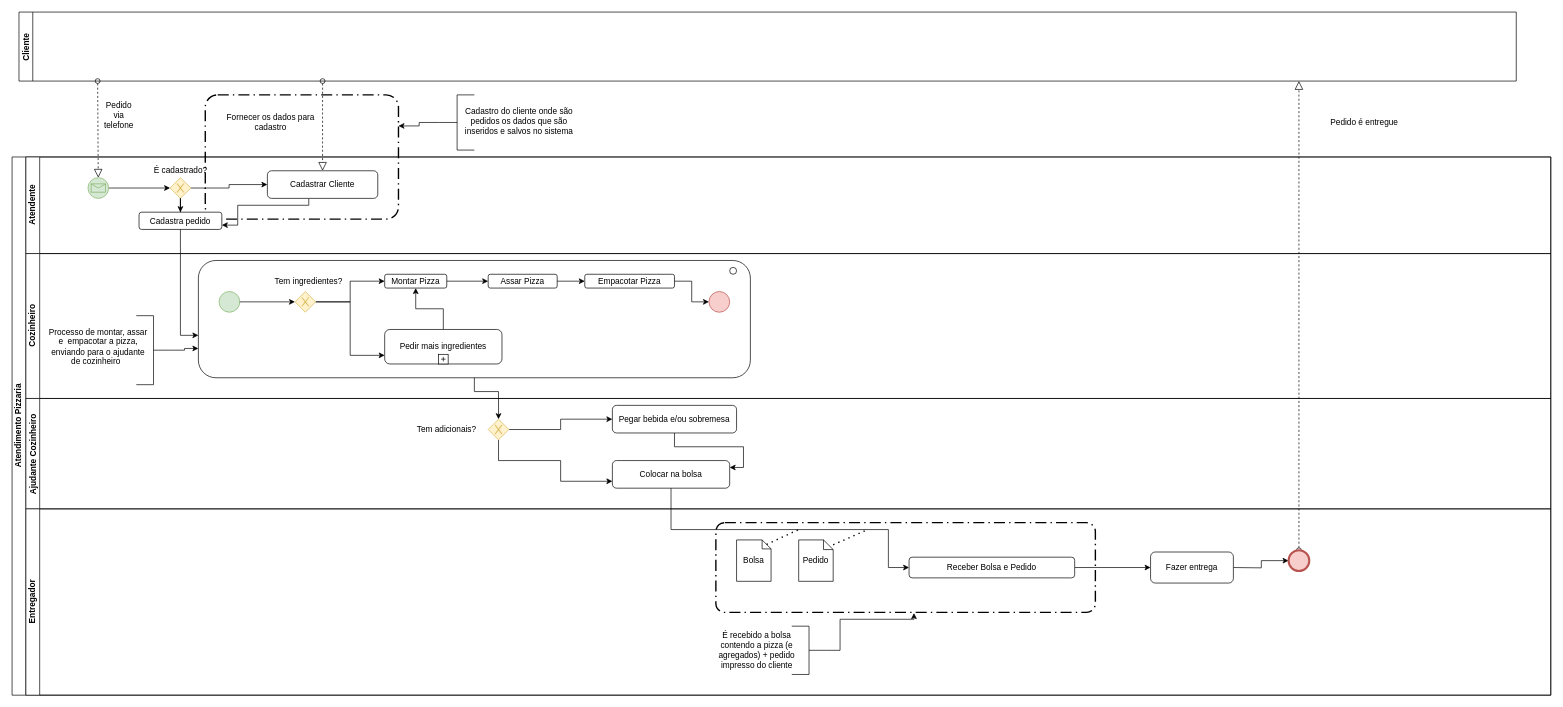
Earlier version of the draw.io diagram trabalho2.drawio (gusleaooliveira/bpmn). Source tidied: cells renumbered, new cells numbered last; positions are measured from the earlier drawing's top-left corner, leaving out a move shared by most shapes. Both pictures are drawn from the tidied source at 69%, with x=0, y=0 at pixel (12, 12).
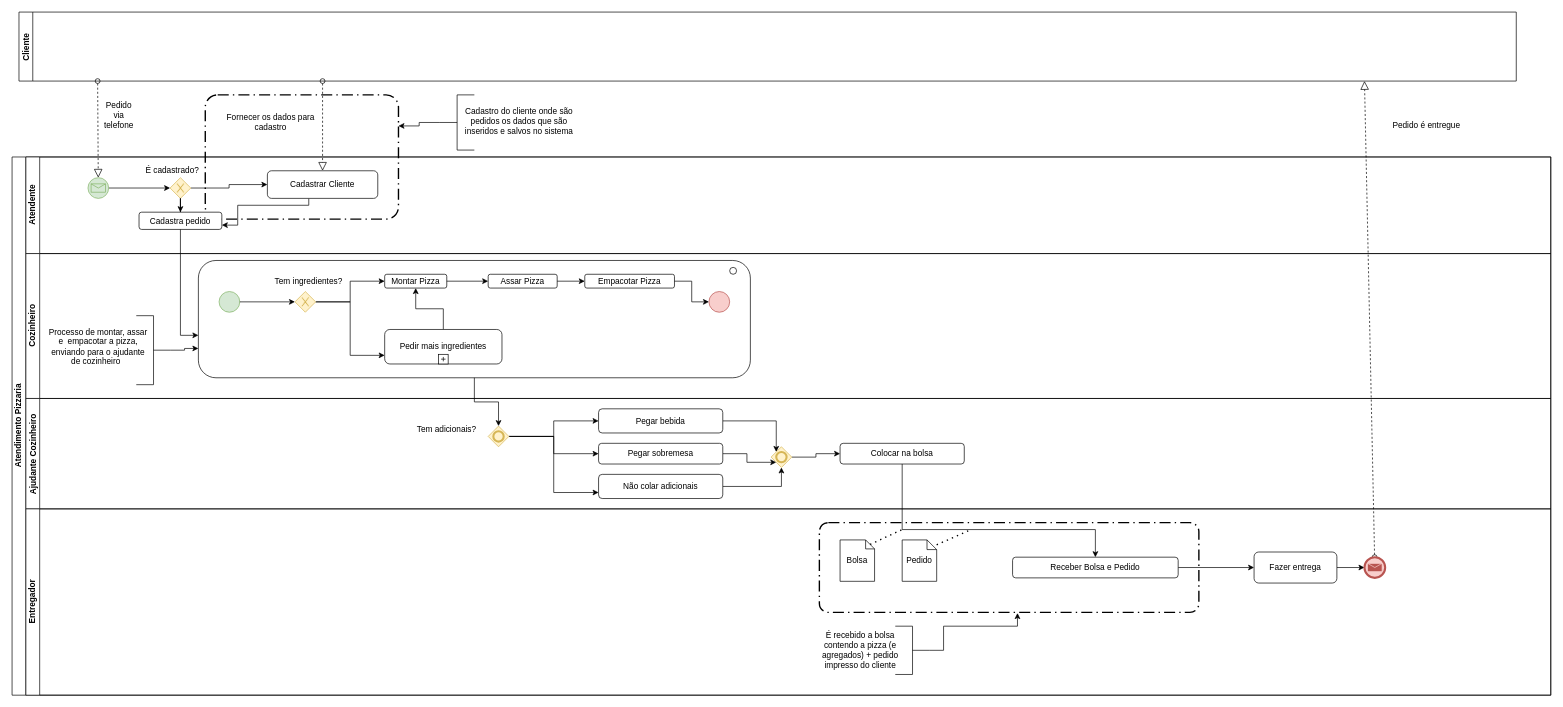
After the change.

Unchanged cells that the change refers to:
```xml
<mxCell id="11" value="Atendimento Pizzaria" style="swimlane;html=1;horizontal=0;startSize=20;" parent="1" vertex="1">
  <mxGeometry y="210" width="2230" height="780" as="geometry" />
</mxCell>
<mxCell id="12" value="Atendente" style="swimlane;html=1;startSize=20;horizontal=0;" parent="11" vertex="1">
  <mxGeometry x="20" width="2210" height="140" as="geometry" />
</mxCell>
<mxCell id="21" value="Cadastra pedido" style="shape=ext;rounded=1;html=1;whiteSpace=wrap;" parent="12" vertex="1">
  <mxGeometry x="164" y="80" width="120" height="25" as="geometry" />
</mxCell>
<mxCell id="23" style="rounded=1;whiteSpace=wrap;html=1;" parent="22" vertex="1">
  <mxGeometry x="250" y="10" width="800" height="170" as="geometry" />
</mxCell>
<mxCell id="44" value="Ajudante Cozinheiro" style="swimlane;startSize=20;horizontal=0;" parent="11" vertex="1">
  <mxGeometry x="20" y="350" width="2210" height="160" as="geometry" />
</mxCell>
<mxCell id="55" value="Entregador" style="swimlane;html=1;startSize=20;horizontal=0;" parent="11" vertex="1">
  <mxGeometry x="20" y="510" width="2210" height="270" as="geometry" />
</mxCell>
```

Change to the diagram source:
```diff
@@
     <mxCell id="14" value="É cadastrado?" style="text;html=1;strokeColor=none;fillColor=none;align=center;verticalAlign=middle;whiteSpace=wrap;rounded=0;" parent="12" vertex="1">
-      <mxGeometry x="181.5" y="10" width="85" height="20" as="geometry" />
+      <mxGeometry x="170" y="10" width="85" height="20" as="geometry" />
     </mxCell>
@@
+    <mxCell id="53" style="edgeStyle=orthogonalEdgeStyle;rounded=0;jettySize=auto;html=1;entryX=0;entryY=0.638;entryDx=0;entryDy=0;entryPerimeter=0;" parent="11" edge="1" source="21" target="23">
+      <mxGeometry relative="1" as="geometry">
+        <Array as="points">
+          <mxPoint x="244" y="259" />
+        </Array>
+      </mxGeometry>
+    </mxCell>
@@
-    <mxCell id="45" style="edgeStyle=orthogonalEdgeStyle;rounded=0;jettySize=auto;html=1;entryX=1;entryY=0.25;entryDx=0;entryDy=0;" parent="44" edge="1" source="46" target="51">
-      <mxGeometry relative="1" as="geometry" />
-    </mxCell>
+    <mxCell id="71" style="edgeStyle=orthogonalEdgeStyle;rounded=0;jettySize=auto;html=1;entryX=0.25;entryY=0.25;entryDx=0;entryDy=0;entryPerimeter=0;" parent="44" edge="1" source="46" target="81">
+      <mxGeometry relative="1" as="geometry" />
+    </mxCell>
-    <mxCell id="46" value="Pegar bebida e/ou sobremesa" style="shape=ext;rounded=1;html=1;whiteSpace=wrap;" parent="44" vertex="1">
-      <mxGeometry x="850" y="10" width="180" height="40" as="geometry" />
+    <mxCell id="46" value="Pegar bebida" style="shape=ext;rounded=1;html=1;whiteSpace=wrap;" parent="44" vertex="1">
+      <mxGeometry x="830" y="15" width="180" height="35" as="geometry" />
     </mxCell>
-    <mxCell id="47" style="edgeStyle=orthogonalEdgeStyle;rounded=0;jettySize=auto;html=1;" parent="44" edge="1" source="49" target="46">
-      <mxGeometry relative="1" as="geometry" />
-    </mxCell>
-    <mxCell id="48" style="edgeStyle=orthogonalEdgeStyle;rounded=0;jettySize=auto;html=1;entryX=0;entryY=0.75;entryDx=0;entryDy=0;" parent="44" edge="1" source="49" target="51">
-      <mxGeometry relative="1" as="geometry">
-        <Array as="points">
-          <mxPoint x="685" y="90" />
-          <mxPoint x="775" y="90" />
-          <mxPoint x="775" y="120" />
-        </Array>
-      </mxGeometry>
-    </mxCell>
-    <mxCell id="49" style="shape=mxgraph.bpmn.shape;html=1;verticalLabelPosition=bottom;labelBackgroundColor=#ffffff;verticalAlign=top;align=center;perimeter=rhombusPerimeter;background=gateway;outlineConnect=0;outline=none;symbol=exclusiveGw;fillColor=#fff2cc;strokeColor=#d6b656;" parent="44" vertex="1">
-      <mxGeometry x="670" y="30" width="30" height="30" as="geometry" />
-    </mxCell>
@@
+    <mxCell id="72" style="edgeStyle=orthogonalEdgeStyle;rounded=0;jettySize=auto;html=1;" parent="44" edge="1" source="51" target="81">
+      <mxGeometry relative="1" as="geometry" />
+    </mxCell>
-    <mxCell id="51" value="Colocar na bolsa" style="shape=ext;rounded=1;html=1;whiteSpace=wrap;" parent="44" vertex="1">
-      <mxGeometry x="850" y="90" width="170" height="40" as="geometry" />
+    <mxCell id="51" value="Não colar adicionais" style="shape=ext;rounded=1;html=1;whiteSpace=wrap;" parent="44" vertex="1">
+      <mxGeometry x="830" y="110" width="180" height="35" as="geometry" />
     </mxCell>
-    <mxCell id="52" style="edgeStyle=orthogonalEdgeStyle;rounded=0;jettySize=auto;html=1;" parent="11" edge="1" source="51" target="61">
-      <mxGeometry relative="1" as="geometry">
-        <Array as="points">
-          <mxPoint x="955" y="540" />
-          <mxPoint x="1270" y="540" />
-          <mxPoint x="1270" y="595" />
-        </Array>
-      </mxGeometry>
-    </mxCell>
-    <mxCell id="53" style="edgeStyle=orthogonalEdgeStyle;rounded=0;jettySize=auto;html=1;entryX=0;entryY=0.638;entryDx=0;entryDy=0;entryPerimeter=0;" parent="11" edge="1" source="21" target="23">
-      <mxGeometry relative="1" as="geometry">
-        <Array as="points">
-          <mxPoint x="244" y="259" />
-        </Array>
-      </mxGeometry>
-    </mxCell>
-    <mxCell id="54" style="edgeStyle=orthogonalEdgeStyle;rounded=0;jettySize=auto;html=1;" parent="11" edge="1" source="23" target="49">
-      <mxGeometry relative="1" as="geometry">
-        <Array as="points">
-          <mxPoint x="670" y="340" />
-          <mxPoint x="705" y="340" />
-        </Array>
-      </mxGeometry>
-    </mxCell>
+    <mxCell id="73" style="edgeStyle=orthogonalEdgeStyle;rounded=0;jettySize=auto;html=1;entryX=0;entryY=0.5;entryDx=0;entryDy=0;" parent="44" edge="1" source="76" target="46">
+      <mxGeometry relative="1" as="geometry" />
+    </mxCell>
+    <mxCell id="74" style="edgeStyle=orthogonalEdgeStyle;rounded=0;jettySize=auto;html=1;entryX=0;entryY=0.5;entryDx=0;entryDy=0;" parent="44" edge="1" source="76" target="78">
+      <mxGeometry relative="1" as="geometry" />
+    </mxCell>
+    <mxCell id="75" style="edgeStyle=orthogonalEdgeStyle;rounded=0;jettySize=auto;html=1;entryX=0;entryY=0.75;entryDx=0;entryDy=0;" parent="44" edge="1" source="76" target="51">
+      <mxGeometry relative="1" as="geometry" />
+    </mxCell>
+    <mxCell id="76" style="shape=mxgraph.bpmn.shape;html=1;verticalLabelPosition=bottom;labelBackgroundColor=#ffffff;verticalAlign=top;align=center;perimeter=rhombusPerimeter;background=gateway;outlineConnect=0;outline=end;symbol=general;fillColor=#fff2cc;strokeColor=#d6b656;" parent="44" vertex="1">
+      <mxGeometry x="670" y="40" width="30" height="30" as="geometry" />
+    </mxCell>
+    <mxCell id="77" style="edgeStyle=orthogonalEdgeStyle;rounded=0;jettySize=auto;html=1;entryX=0.25;entryY=0.75;entryDx=0;entryDy=0;entryPerimeter=0;" parent="44" edge="1" source="78" target="81">
+      <mxGeometry relative="1" as="geometry" />
+    </mxCell>
+    <mxCell id="78" value="Pegar sobremesa" style="shape=ext;rounded=1;html=1;whiteSpace=wrap;" parent="44" vertex="1">
+      <mxGeometry x="830" y="65" width="180" height="30" as="geometry" />
+    </mxCell>
+    <mxCell id="79" value="Colocar na bolsa" style="shape=ext;rounded=1;html=1;whiteSpace=wrap;" parent="44" vertex="1">
+      <mxGeometry x="1180" y="65" width="180" height="30" as="geometry" />
+    </mxCell>
+    <mxCell id="80" style="edgeStyle=orthogonalEdgeStyle;rounded=0;jettySize=auto;html=1;" parent="44" edge="1" source="81" target="79">
+      <mxGeometry relative="1" as="geometry" />
+    </mxCell>
+    <mxCell id="81" style="shape=mxgraph.bpmn.shape;html=1;verticalLabelPosition=bottom;labelBackgroundColor=#ffffff;verticalAlign=top;align=center;perimeter=rhombusPerimeter;background=gateway;outlineConnect=0;outline=end;symbol=general;fillColor=#fff2cc;strokeColor=#d6b656;" parent="44" vertex="1">
+      <mxGeometry x="1080" y="70" width="30" height="30" as="geometry" />
+    </mxCell>
@@
     <mxCell id="56" style="rounded=1;arcSize=10;dashed=1;strokeColor=#000000;fillColor=none;gradientColor=none;dashPattern=8 3 1 3;strokeWidth=2;" parent="55" vertex="1">
-      <mxGeometry x="1000" y="20" width="550" height="130" as="geometry" />
+      <mxGeometry x="1150" y="20" width="550" height="130" as="geometry" />
     </mxCell>
     <mxCell id="57" value="Bolsa" style="shape=note;size=13;whiteSpace=wrap;html=1;" parent="55" vertex="1">
-      <mxGeometry x="1030" y="45" width="50" height="60" as="geometry" />
+      <mxGeometry x="1180" y="45" width="50" height="60" as="geometry" />
     </mxCell>
     <mxCell id="58" value="Pedido" style="shape=note;size=14;whiteSpace=wrap;html=1;" parent="55" vertex="1">
-      <mxGeometry x="1120" y="45" width="50" height="60" as="geometry" />
+      <mxGeometry x="1270" y="45" width="50" height="60" as="geometry" />
     </mxCell>
     <mxCell id="59" style="edgeStyle=orthogonalEdgeStyle;rounded=0;jettySize=auto;html=1;entryX=0.522;entryY=1.008;entryDx=0;entryDy=0;entryPerimeter=0;" parent="55" edge="1" source="67" target="56">
       <mxGeometry relative="1" as="geometry">
         <Array as="points">
-          <mxPoint x="1180" y="205" />
-          <mxPoint x="1180" y="160" />
-          <mxPoint x="1287" y="160" />
+          <mxPoint x="1330" y="205" />
+          <mxPoint x="1330" y="170" />
+          <mxPoint x="1437" y="170" />
         </Array>
       </mxGeometry>
     </mxCell>
@@
     <mxCell id="61" value="Receber Bolsa e Pedido" style="shape=ext;rounded=1;html=1;whiteSpace=wrap;" parent="55" vertex="1">
-      <mxGeometry x="1280" y="70" width="240" height="30" as="geometry" />
+      <mxGeometry x="1430" y="70" width="240" height="30" as="geometry" />
     </mxCell>
-    <mxCell id="62" style="edgeStyle=orthogonalEdgeStyle;rounded=0;jettySize=auto;html=1;" parent="55" edge="1" target="64">
-      <mxGeometry relative="1" as="geometry">
-        <mxPoint x="1750" y="85" as="sourcePoint" />
-      </mxGeometry>
-    </mxCell>
-    <mxCell id="63" style="startArrow=oval;startFill=0;startSize=7;endArrow=block;endFill=0;endSize=10;dashed=1;html=1;exitX=0.5;exitY=0;exitDx=0;exitDy=0;" parent="55" edge="1" source="64">
+    <mxCell id="63" style="startArrow=oval;startFill=0;startSize=7;endArrow=block;endFill=0;endSize=10;dashed=1;html=1;" parent="55" edge="1" source="83">
       <mxGeometry relative="1" as="geometry">
-        <mxPoint x="1845" y="-620" as="targetPoint" />
+        <mxPoint x="1940" y="-620" as="targetPoint" />
       </mxGeometry>
     </mxCell>
-    <mxCell id="64" style="shape=mxgraph.bpmn.shape;html=1;verticalLabelPosition=bottom;labelBackgroundColor=#ffffff;verticalAlign=top;align=center;perimeter=ellipsePerimeter;outlineConnect=0;outline=end;symbol=general;fillColor=#f8cecc;strokeColor=#b85450;" parent="55" vertex="1">
-      <mxGeometry x="1830" y="60" width="30" height="30" as="geometry" />
-    </mxCell>
+    <mxCell id="82" style="edgeStyle=orthogonalEdgeStyle;rounded=0;jettySize=auto;html=1;" parent="55" edge="1" source="65" target="83">
+      <mxGeometry relative="1" as="geometry" />
+    </mxCell>
     <mxCell id="65" value="Fazer entrega" style="shape=ext;rounded=1;html=1;whiteSpace=wrap;" parent="55" vertex="1">
-      <mxGeometry x="1630" y="62.5" width="120" height="45" as="geometry" />
+      <mxGeometry x="1780" y="62.5" width="120" height="45" as="geometry" />
     </mxCell>
     <mxCell id="66" value="É recebido a bolsa contendo a pizza (e agregados) + pedido impresso do cliente" style="text;html=1;strokeColor=none;fillColor=none;align=center;verticalAlign=middle;whiteSpace=wrap;rounded=0;" parent="55" vertex="1">
-      <mxGeometry x="990" y="175" width="139" height="60" as="geometry" />
+      <mxGeometry x="1140" y="175" width="139" height="60" as="geometry" />
     </mxCell>
     <mxCell id="67" style="html=1;shape=mxgraph.flowchart.annotation_2;align=left;labelPosition=right;rotation=-180;" parent="55" vertex="1">
-      <mxGeometry x="1110" y="170" width="50" height="70" as="geometry" />
+      <mxGeometry x="1260" y="170" width="50" height="70" as="geometry" />
     </mxCell>
+    <mxCell id="83" style="shape=mxgraph.bpmn.shape;html=1;verticalLabelPosition=bottom;labelBackgroundColor=#ffffff;verticalAlign=top;align=center;perimeter=ellipsePerimeter;outlineConnect=0;outline=end;symbol=message;fillColor=#f8cecc;strokeColor=#b85450;" parent="55" vertex="1">
+      <mxGeometry x="1940" y="70" width="30" height="30" as="geometry" />
+    </mxCell>
+    <mxCell id="84" style="edgeStyle=orthogonalEdgeStyle;rounded=0;jettySize=auto;html=1;entryX=0.5;entryY=0;entryDx=0;entryDy=0;" parent="11" edge="1" source="23" target="76">
+      <mxGeometry relative="1" as="geometry" />
+    </mxCell>
+    <mxCell id="85" style="edgeStyle=orthogonalEdgeStyle;rounded=0;jettySize=auto;html=1;" parent="11" edge="1" source="79" target="61">
+      <mxGeometry relative="1" as="geometry">
+        <Array as="points">
+          <mxPoint x="1290" y="540" />
+          <mxPoint x="1570" y="540" />
+        </Array>
+      </mxGeometry>
+    </mxCell>
     <mxCell id="68" style="endArrow=none;dashed=1;html=1;dashPattern=1 3;strokeWidth=2;exitX=0;exitY=0;exitDx=43.5;exitDy=6.5;exitPerimeter=0;" parent="1" edge="1" source="57">
       <mxGeometry relative="1" as="geometry">
-        <mxPoint x="1140" y="750" as="targetPoint" />
+        <mxPoint x="1290" y="750" as="targetPoint" />
       </mxGeometry>
     </mxCell>
     <mxCell id="69" style="endArrow=none;dashed=1;html=1;dashPattern=1 3;strokeWidth=2;exitX=1;exitY=0.117;exitDx=0;exitDy=0;exitPerimeter=0;" parent="1" edge="1" source="58">
       <mxGeometry relative="1" as="geometry">
-        <mxPoint x="1240" y="750" as="targetPoint" />
+        <mxPoint x="1390" y="750" as="targetPoint" />
       </mxGeometry>
     </mxCell>
     <mxCell id="70" value="Pedido é entregue" style="text;html=1;strokeColor=none;fillColor=none;align=center;verticalAlign=middle;whiteSpace=wrap;rounded=0;" parent="1" vertex="1">
-      <mxGeometry x="1870" y="130" width="180" height="60" as="geometry" />
+      <mxGeometry x="1960" y="135" width="180" height="60" as="geometry" />
     </mxCell>
```
